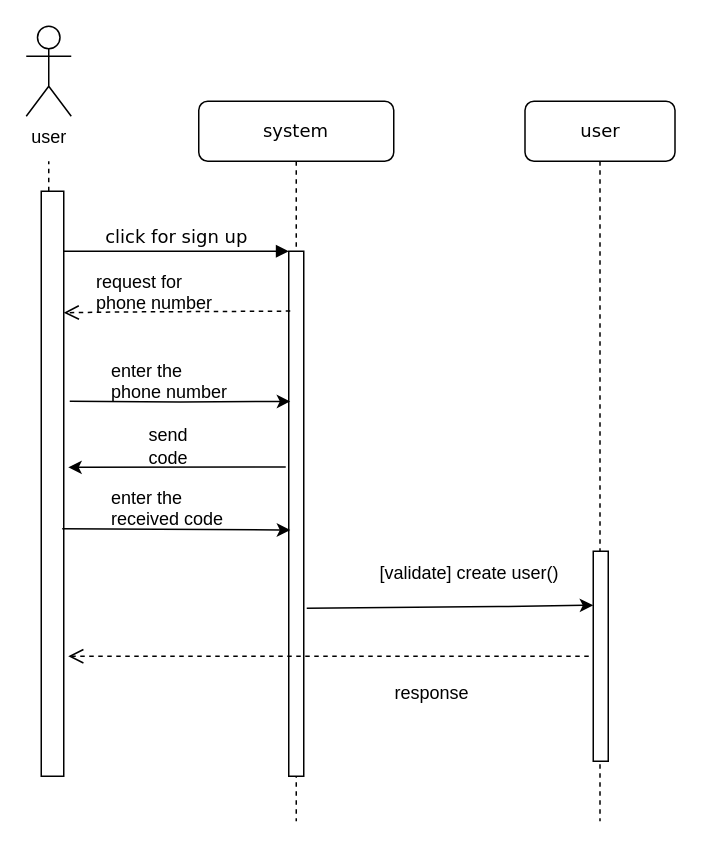
Above: sequence/signup.drawio in aenad/iut_foods (draw.io), before the change. Source tidied: cells renumbered, new cells numbered last; positions are measured from the earlier drawing's top-left corner, leaving out a move shared by most shapes. Both pictures are drawn from the tidied source at 150%, with x=0, y=0 at pixel (26, 26).
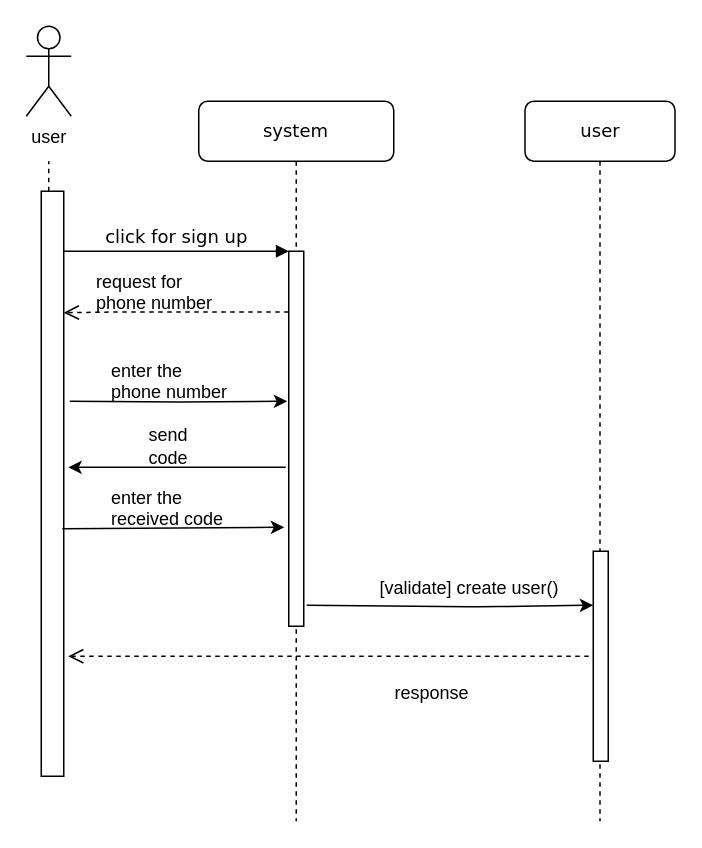
After the change.

The change refers to these unchanged cells:
```xml
<mxCell id="2" value="&lt;div&gt;&lt;br&gt;&lt;/div&gt;&lt;div&gt;system &lt;br&gt;&lt;/div&gt;&lt;div&gt;&lt;br&gt;&lt;/div&gt;" style="shape=umlLifeline;perimeter=lifelinePerimeter;whiteSpace=wrap;html=1;rounded=1;shadow=0;comic=0;labelBackgroundColor=none;strokeColor=#000000;strokeWidth=1;fillColor=#FFFFFF;fontFamily=Verdana;fontSize=12;fontColor=#000000;align=center;" parent="1" vertex="1">
  <mxGeometry x="115" y="50" width="130" height="480" as="geometry" />
</mxCell>
<mxCell id="5" style="html=1;points=[];perimeter=orthogonalPerimeter;rounded=0;shadow=0;comic=0;labelBackgroundColor=none;strokeColor=#000000;strokeWidth=1;fillColor=#FFFFFF;fontFamily=Verdana;fontSize=12;fontColor=#000000;align=center;" parent="1" vertex="1">
  <mxGeometry x="378" y="350" width="10" height="140" as="geometry" />
</mxCell>
<mxCell id="10" style="rounded=0;whiteSpace=wrap;html=1;" parent="1" vertex="1">
  <mxGeometry x="10" y="110" width="15" height="390" as="geometry" />
</mxCell>
```

Diff of the diagram source:
```diff
@@
     <mxCell id="3" style="html=1;points=[];perimeter=orthogonalPerimeter;rounded=0;shadow=0;comic=0;labelBackgroundColor=none;strokeColor=#000000;strokeWidth=1;fillColor=#FFFFFF;fontFamily=Verdana;fontSize=12;fontColor=#000000;align=center;" parent="2" vertex="1">
-      <mxGeometry x="60" y="100" width="10" height="350" as="geometry" />
+      <mxGeometry x="60" y="100" width="10" height="250" as="geometry" />
     </mxCell>
@@
-    <mxCell id="9" style="edgeStyle=orthogonalEdgeStyle;rounded=0;jettySize=auto;html=1;entryX=0.1;entryY=0.286;entryDx=0;entryDy=0;entryPerimeter=0;" parent="1" edge="1" target="3">
+    <mxCell id="9" style="edgeStyle=orthogonalEdgeStyle;rounded=0;jettySize=auto;html=1;entryX=-0.1;entryY=0.4;entryDx=0;entryDy=0;entryPerimeter=0;" parent="1" edge="1" target="3">
       <mxGeometry relative="1" as="geometry">
         <mxPoint x="29" y="250" as="sourcePoint" />
       </mxGeometry>
     </mxCell>
@@
     <mxCell id="12" value="&lt;div&gt;[validate] create user()&lt;/div&gt;" style="text;html=1;align=left;verticalAlign=top;spacingTop=-4;" parent="1" vertex="1">
-      <mxGeometry x="234" y="355" width="130" height="20" as="geometry" />
+      <mxGeometry x="234" y="365" width="130" height="20" as="geometry" />
     </mxCell>
@@
-    <mxCell id="15" style="html=1;verticalAlign=bottom;endArrow=open;dashed=1;endSize=8;exitX=0.1;exitY=0.114;exitDx=0;exitDy=0;exitPerimeter=0;" parent="1" edge="1" source="3">
+    <mxCell id="15" style="html=1;verticalAlign=bottom;endArrow=open;dashed=1;endSize=8;" parent="1" edge="1" source="3">
       <mxGeometry relative="1" as="geometry">
         <mxPoint x="25" y="191" as="targetPoint" />
         <Array as="points">
           <mxPoint x="60" y="190.5" />
         </Array>
       </mxGeometry>
     </mxCell>
@@
-    <mxCell id="19" style="endArrow=classic;html=1;exitX=0.933;exitY=0.577;exitDx=0;exitDy=0;exitPerimeter=0;entryX=0.1;entryY=0.531;entryDx=0;entryDy=0;entryPerimeter=0;" parent="1" edge="1" source="10" target="3">
+    <mxCell id="19" style="endArrow=classic;html=1;exitX=0.933;exitY=0.577;exitDx=0;exitDy=0;exitPerimeter=0;entryX=-0.3;entryY=0.736;entryDx=0;entryDy=0;entryPerimeter=0;" parent="1" edge="1" source="10" target="3">
       <mxGeometry relative="1" as="geometry" />
     </mxCell>
-    <mxCell id="20" style="endArrow=classic;html=1;exitX=1.2;exitY=0.68;exitDx=0;exitDy=0;exitPerimeter=0;entryX=0;entryY=0.257;entryDx=0;entryDy=0;entryPerimeter=0;" parent="1" edge="1" source="3" target="5">
+    <mxCell id="20" style="endArrow=classic;html=1;entryX=0;entryY=0.257;entryDx=0;entryDy=0;entryPerimeter=0;" parent="1" edge="1" target="5">
       <mxGeometry relative="1" as="geometry">
+        <mxPoint x="187" y="386" as="sourcePoint" />
         <Array as="points">
           <mxPoint x="305" y="387" />
         </Array>
       </mxGeometry>
     </mxCell>
-    <mxCell id="21" style="endArrow=classic;html=1;entryX=1.2;entryY=0.472;entryDx=0;entryDy=0;entryPerimeter=0;exitX=-0.2;exitY=0.411;exitDx=0;exitDy=0;exitPerimeter=0;" parent="1" edge="1" source="3" target="10">
-      <mxGeometry relative="1" as="geometry" />
+    <mxCell id="21" style="endArrow=classic;html=1;entryX=1.2;entryY=0.472;entryDx=0;entryDy=0;entryPerimeter=0;" parent="1" edge="1" target="10">
+      <mxGeometry relative="1" as="geometry">
+        <mxPoint x="173" y="294" as="sourcePoint" />
+      </mxGeometry>
     </mxCell>
```
